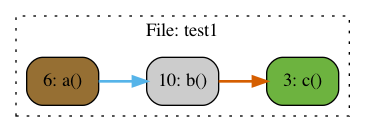
Earlier version of the Graphviz export new_tests/out1.png (Topology-Aware-Access-Control/code2flow). Its source is kept beside it as new_tests/out1.gv.
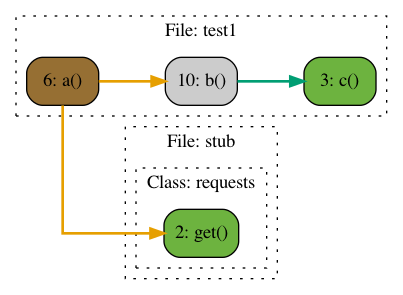
The same file after the commit.

Diff of the diagram source:
```diff
@@ -2,13 +2,28 @@
 concentrate=true;
 splines="ortho";
 rankdir="LR";
-node_a9e66d8a [label="6: a()" name="test1::a" shape="rect" style="rounded,filled" fillcolor="#966F33" ];
-node_a6f37ce6 [label="10: b()" name="test1::b" shape="rect" style="rounded,filled" fillcolor="#cccccc" ];
-node_578d781f [label="3: c()" name="test1::c" shape="rect" style="rounded,filled" fillcolor="#6db33f" ];
-node_a9e66d8a -> node_a6f37ce6 [color="#56B4E9" penwidth="2"];
-node_a6f37ce6 -> node_578d781f [color="#D55E00" penwidth="2"];
-subgraph cluster_cf412b8d {
-    node_578d781f node_a9e66d8a node_a6f37ce6;
+node_47898e35 [label="2: get()" name="stub::requests.get" shape="rect" style="rounded,filled" fillcolor="#6db33f" ];
+node_92e69b51 [label="6: a()" name="test1::a" shape="rect" style="rounded,filled" fillcolor="#966F33" ];
+node_ea888a43 [label="10: b()" name="test1::b" shape="rect" style="rounded,filled" fillcolor="#cccccc" ];
+node_c58908a1 [label="3: c()" name="test1::c" shape="rect" style="rounded,filled" fillcolor="#6db33f" ];
+node_92e69b51 -> node_47898e35 [color="#E69F00" penwidth="2"];
+node_92e69b51 -> node_ea888a43 [color="#E69F00" penwidth="2"];
+node_ea888a43 -> node_c58908a1 [color="#009E73" penwidth="2"];
+subgraph cluster_9869d083 {
+    label="File: stub";
+    name="stub";
+    style="filled";
+    graph[style=dotted];
+    subgraph cluster_5fea1326 {
+        node_47898e35;
+        label="Class: requests";
+        name="requests";
+        style="filled";
+        graph[style=dotted];
+    };
+};
+subgraph cluster_bcdec8d8 {
+    node_c58908a1 node_92e69b51 node_ea888a43;
     label="File: test1";
     name="test1";
     style="filled";
```
